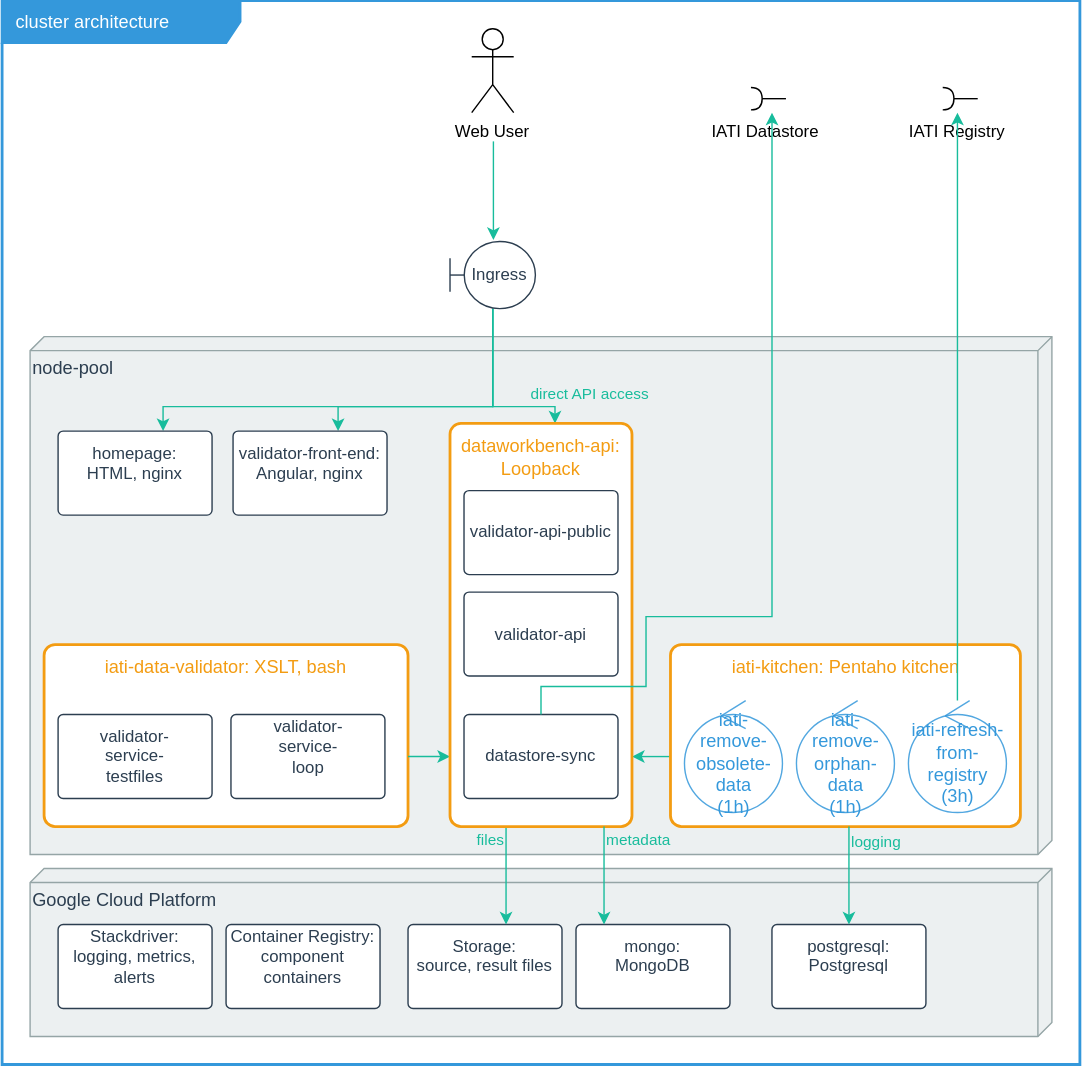
Above: docs/deployment-overview.drawio.svg in data4development/dataworkbench-cluster (draw.io), before the change. Source tidied: cells renumbered, new cells last; positions are measured from the earlier drawing's top-left corner, leaving out a move shared by most shapes.
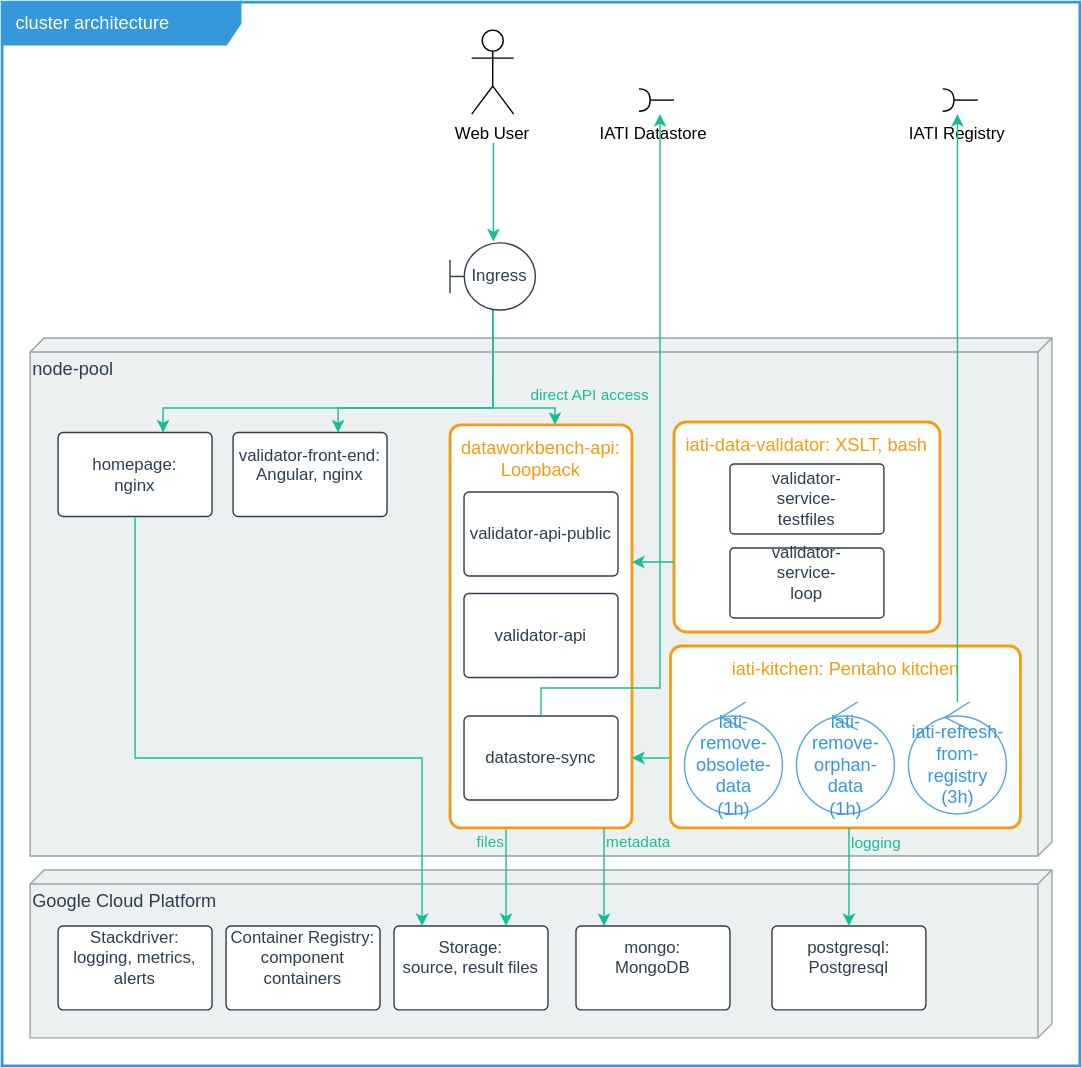
The same file after the commit.

Commit message:
Update docs for cloud storage-based static files and node types

Diff of the diagram source:
```diff
@@ -5,6 +5,11 @@
     <mxCell id="2" value="cluster architecture" style="shape=umlFrame;whiteSpace=wrap;html=1;labelBackgroundColor=none;strokeColor=#3498DB;strokeWidth=2;fillColor=#3498DB;fontFamily=Arial;fontSize=13;fontColor=#FFFFFF;align=left;spacingTop=8;spacingBottom=8;width=170;height=30;spacingLeft=8;" parent="1" vertex="1">
       <mxGeometry width="770" height="760" as="geometry" />
     </mxCell>
+    <mxCell id="39" style="edgeStyle=orthogonalEdgeStyle;rounded=0;jettySize=auto;html=1;exitX=0.5;exitY=1;exitDx=0;exitDy=0;exitPerimeter=0;" parent="1" edge="1" source="30">
+      <mxGeometry relative="1" as="geometry">
+        <mxPoint x="545" y="440" as="targetPoint" />
+      </mxGeometry>
+    </mxCell>
     <mxCell id="3" value="Items" parent="0" />
     <mxCell id="4" value="node-pool" style="verticalAlign=top;align=left;spacingTop=8;shape=cube;size=10;direction=south;html=1;fillColor=#ecf0f1;strokeColor=#95a5a6;fontSize=13;fontColor=#2c3e50;strokeWidth=1;labelBackgroundColor=none;spacingBottom=8;fontFamily=Arial;" parent="3" vertex="1">
       <mxGeometry x="20" y="240" width="730" height="370" as="geometry" />
@@ -48,7 +53,7 @@
     <mxCell id="11" value="validator-front-end:&#10;Angular, nginx&#10;" style="strokeWidth=1;html=1;shape=mxgraph.flowchart.process;whiteSpace=wrap;labelBackgroundColor=none;fillColor=#FFFFFF;fontFamily=Arial;fontSize=12;fontColor=#2C3E50;align=center;strokeColor=#2C3E50;spacingTop=8;spacingBottom=8;" parent="3" vertex="1">
       <mxGeometry x="165" y="307.5" width="110" height="60" as="geometry" />
     </mxCell>
-    <mxCell id="12" value="homepage:&#10;HTML, nginx&#10;" style="strokeWidth=1;html=1;shape=mxgraph.flowchart.process;whiteSpace=wrap;labelBackgroundColor=none;fillColor=#FFFFFF;fontFamily=Arial;fontSize=12;fontColor=#2C3E50;align=center;strokeColor=#2C3E50;spacingTop=8;spacingBottom=8;" parent="3" vertex="1">
+    <mxCell id="12" value="homepage:&lt;br&gt;nginx" style="strokeWidth=1;html=1;shape=mxgraph.flowchart.process;whiteSpace=wrap;labelBackgroundColor=none;fillColor=#FFFFFF;fontFamily=Arial;fontSize=12;fontColor=#2C3E50;align=center;strokeColor=#2C3E50;spacingTop=8;spacingBottom=8;" parent="3" vertex="1">
       <mxGeometry x="40" y="307.5" width="110" height="60" as="geometry" />
     </mxCell>
     <mxCell id="13" style="edgeStyle=orthogonalEdgeStyle;rounded=0;html=1;jettySize=auto;fontColor=#18bc9c;align=right;verticalAlign=bottom;strokeColor=#18BC9C;labelBackgroundColor=none;startFill=0;startArrow=none;fontFamily=Arial;" parent="3" edge="1" source="14" target="31">
@@ -75,7 +80,7 @@
       <mxGeometry x="20" y="620" width="730" height="120" as="geometry" />
     </mxCell>
     <mxCell id="19" value="Storage:&#10;source, result files&#10;" style="strokeWidth=1;html=1;shape=mxgraph.flowchart.process;whiteSpace=wrap;labelBackgroundColor=none;fillColor=#FFFFFF;fontFamily=Arial;fontSize=12;fontColor=#2C3E50;align=center;strokeColor=#2C3E50;spacingTop=8;spacingBottom=8;" parent="3" vertex="1">
-      <mxGeometry x="290" y="660" width="110" height="60" as="geometry" />
+      <mxGeometry x="280" y="660" width="110" height="60" as="geometry" />
     </mxCell>
     <mxCell id="20" value="Container Registry:&#10;component&#10;containers&#10;" style="strokeWidth=1;html=1;shape=mxgraph.flowchart.process;whiteSpace=wrap;labelBackgroundColor=none;fillColor=#FFFFFF;fontFamily=Arial;fontSize=12;fontColor=#2C3E50;align=center;strokeColor=#2C3E50;spacingTop=8;spacingBottom=8;" parent="3" vertex="1">
       <mxGeometry x="160" y="660" width="110" height="60" as="geometry" />
@@ -90,18 +95,19 @@
       <mxGeometry x="550" y="660" width="110" height="60" as="geometry" />
     </mxCell>
     <mxCell id="24" value="iati-data-validator: XSLT, bash" style="strokeWidth=2;html=1;shape=mxgraph.flowchart.process;whiteSpace=wrap;labelBackgroundColor=none;fillColor=#FFFFFF;fontFamily=Arial;fontSize=13;fontColor=#F39C12;align=center;strokeColor=#f39c12;spacingTop=2;spacingBottom=8;verticalAlign=top;" parent="3" vertex="1">
-      <mxGeometry x="30" y="460" width="260" height="130" as="geometry" />
+      <mxGeometry x="480" y="300" width="190" height="150" as="geometry" />
     </mxCell>
-    <mxCell id="25" style="edgeStyle=orthogonalEdgeStyle;rounded=0;jettySize=auto;html=1;fontColor=#18bc9c;align=right;verticalAlign=bottom;strokeColor=#18BC9C;labelBackgroundColor=none;startFill=0;startArrow=none;fontFamily=Arial;" parent="3" edge="1" source="24" target="31">
+    <mxCell id="25" style="edgeStyle=orthogonalEdgeStyle;rounded=0;jettySize=auto;html=1;fontColor=#18bc9c;align=right;verticalAlign=bottom;strokeColor=#18BC9C;labelBackgroundColor=none;startFill=0;startArrow=none;fontFamily=Arial;" parent="3" edge="1" target="31">
       <mxGeometry relative="1" as="geometry">
+        <mxPoint x="480" y="400" as="sourcePoint" />
         <Array as="points">
-          <mxPoint x="310" y="540" />
-          <mxPoint x="310" y="540" />
+          <mxPoint x="460" y="400" />
+          <mxPoint x="460" y="400" />
         </Array>
       </mxGeometry>
     </mxCell>
     <mxCell id="26" value="validator-&#10;service-&#10;loop&#10;" style="strokeWidth=1;html=1;shape=mxgraph.flowchart.process;whiteSpace=wrap;labelBackgroundColor=none;fillColor=#FFFFFF;fontFamily=Arial;fontSize=12;fontColor=#2C3E50;align=center;strokeColor=#2C3E50;spacingTop=8;spacingBottom=8;" parent="3" vertex="1">
-      <mxGeometry x="163.5" y="510" width="110" height="60" as="geometry" />
+      <mxGeometry x="520" y="390" width="110" height="50" as="geometry" />
     </mxCell>
     <mxCell id="27" value="files&lt;br&gt;" style="edgeStyle=orthogonalEdgeStyle;rounded=0;html=1;jettySize=auto;labelPosition=left;verticalLabelPosition=middle;align=right;verticalAlign=middle;fontColor=#18bc9c;strokeColor=#18BC9C;labelBackgroundColor=none;fontSize=11;startArrow=none;startFill=0;jumpStyle=arc;fontFamily=Arial;" parent="3" edge="1" source="31" target="19">
       <mxGeometry x="0.71" y="-50" relative="1" as="geometry">
@@ -124,7 +130,7 @@
       <mxGeometry x="410" y="660" width="110" height="60" as="geometry" />
     </mxCell>
     <mxCell id="30" value="validator-&lt;br&gt;service-&lt;br&gt;testfiles" style="strokeWidth=1;html=1;shape=mxgraph.flowchart.process;whiteSpace=wrap;labelBackgroundColor=none;fillColor=#FFFFFF;fontFamily=Arial;fontSize=12;fontColor=#2C3E50;align=center;strokeColor=#2C3E50;spacingTop=8;spacingBottom=8;" parent="3" vertex="1">
-      <mxGeometry x="40" y="510" width="110" height="60" as="geometry" />
+      <mxGeometry x="520" y="330" width="110" height="50" as="geometry" />
     </mxCell>
     <mxCell id="31" value="dataworkbench-api: Loopback" style="strokeWidth=2;html=1;shape=mxgraph.flowchart.process;whiteSpace=wrap;labelBackgroundColor=none;fillColor=#FFFFFF;fontFamily=Arial;fontSize=13;fontColor=#F39C12;align=center;strokeColor=#f39c12;spacingTop=2;spacingBottom=8;verticalAlign=top;" parent="3" vertex="1">
       <mxGeometry x="320" y="302" width="130" height="288" as="geometry" />
@@ -148,15 +154,13 @@
       <mxGeometry x="330" y="510" width="110" height="60" as="geometry" />
     </mxCell>
     <mxCell id="36" value="IATI Datastore" style="shape=requires;direction=north;html=1;labelPosition=center;verticalLabelPosition=bottom;align=center;verticalAlign=top;fontFamily=Arial;" parent="3" vertex="1">
-      <mxGeometry x="530" y="60" width="30" height="20" as="geometry" />
+      <mxGeometry x="450" y="60" width="30" height="20" as="geometry" />
     </mxCell>
     <mxCell id="37" style="edgeStyle=orthogonalEdgeStyle;rounded=0;html=1;jettySize=auto;fontColor=#18bc9c;align=right;verticalAlign=bottom;strokeColor=#18BC9C;labelBackgroundColor=none;startFill=0;startArrow=none;fontFamily=Arial;" parent="3" edge="1" source="35" target="36">
       <mxGeometry relative="1" as="geometry">
         <Array as="points">
           <mxPoint x="385" y="490" />
-          <mxPoint x="460" y="490" />
-          <mxPoint x="460" y="440" />
-          <mxPoint x="550" y="440" />
+          <mxPoint x="470" y="490" />
         </Array>
       </mxGeometry>
     </mxCell>
@@ -168,5 +172,14 @@
         </Array>
       </mxGeometry>
     </mxCell>
+    <mxCell id="40" style="edgeStyle=orthogonalEdgeStyle;rounded=0;html=1;jettySize=auto;fontColor=#18bc9c;align=right;verticalAlign=bottom;strokeColor=#18BC9C;labelBackgroundColor=none;startFill=0;startArrow=none;fontFamily=Arial;" parent="3" edge="1" target="19">
+      <mxGeometry relative="1" as="geometry">
+        <mxPoint x="95" y="368" as="sourcePoint" />
+        <Array as="points">
+          <mxPoint x="95" y="540" />
+          <mxPoint x="300" y="540" />
+        </Array>
+      </mxGeometry>
+    </mxCell>
   </root>
 </mxGraphModel>
```
